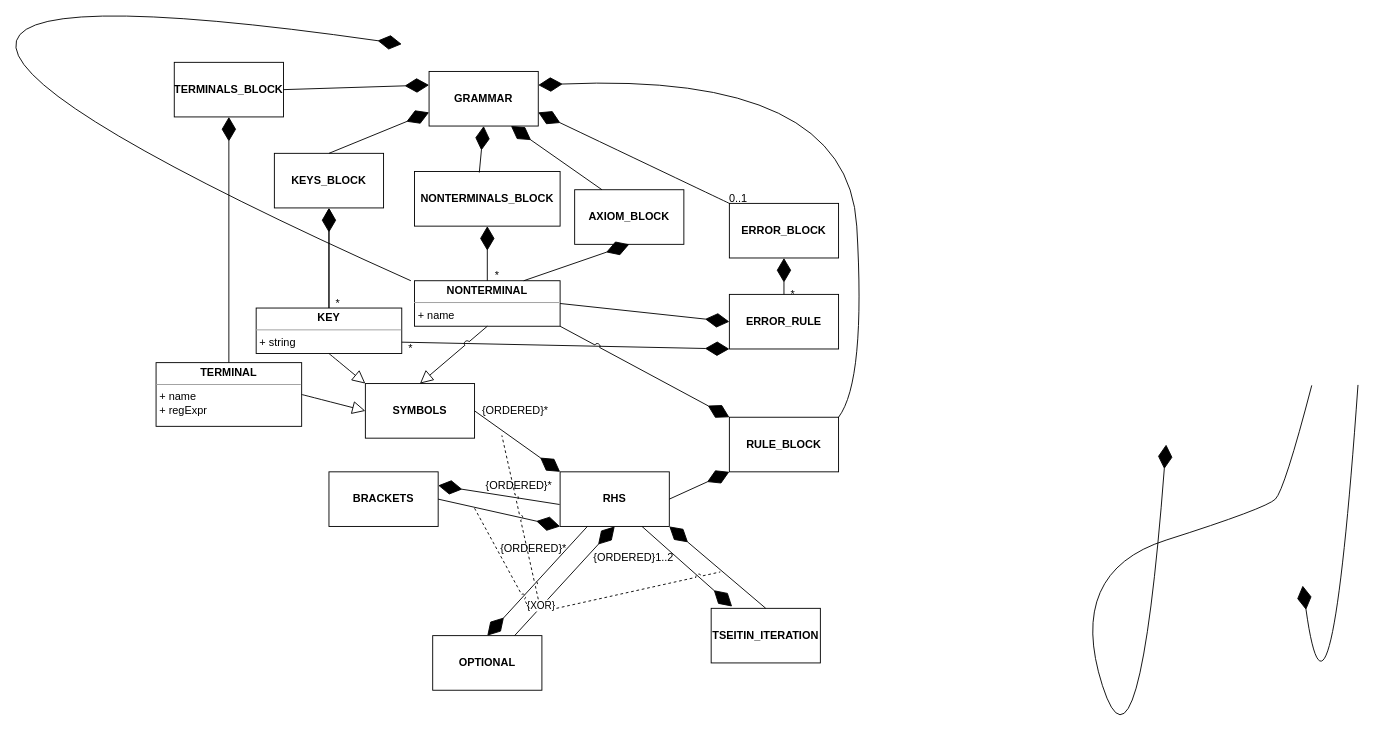
Above: docs/raw_diagrams/metamodel.drawio in aVorotnikov/dsl_generator (draw.io), before the change. Source tidied: cells renumbered, new cells numbered last; positions are measured from the earlier drawing's top-left corner, leaving out a move shared by most shapes. Both pictures are drawn from the tidied source at 91%, with x=0, y=0 at pixel (-363, -66).
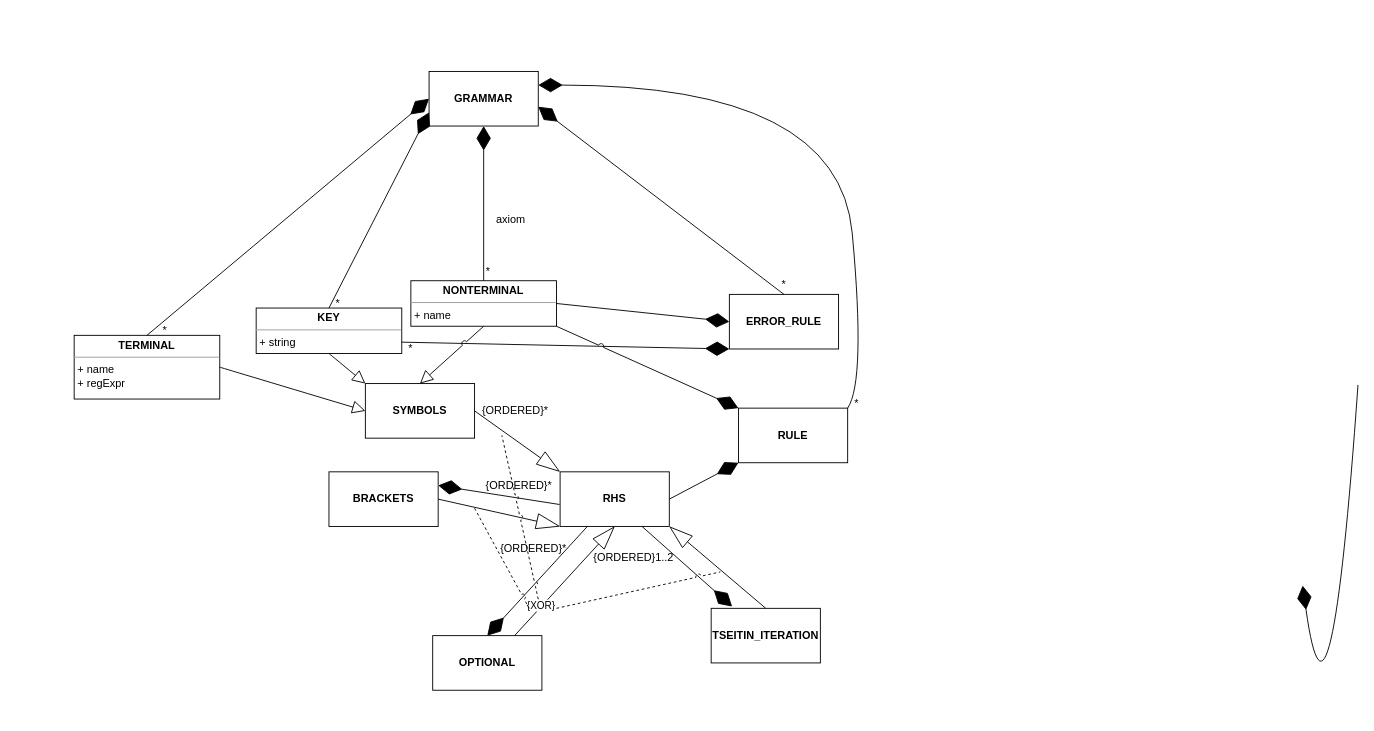
After the change.

Unchanged cells that the change refers to:
```xml
<mxCell id="5" value="&lt;b&gt;GRAMMAR&lt;/b&gt;" style="rounded=0;whiteSpace=wrap;html=1;" parent="1" vertex="1">
  <mxGeometry x="870" y="150" width="120" height="60" as="geometry" />
</mxCell>
<mxCell id="9" value="&lt;p style=&quot;margin:0px;margin-top:4px;text-align:center;&quot;&gt;&lt;b&gt;KEY&lt;/b&gt;&lt;/p&gt;&lt;hr size=&quot;1&quot;&gt;&lt;p style=&quot;margin:0px;margin-left:4px;&quot;&gt;+ string&lt;/p&gt;" style="verticalAlign=top;align=left;overflow=fill;fontSize=12;fontFamily=Helvetica;html=1;" parent="1" vertex="1">
  <mxGeometry x="680" y="410" width="160" height="50" as="geometry" />
</mxCell>
<mxCell id="27" value="&lt;b&gt;ERROR_RULE&lt;/b&gt;" style="rounded=0;whiteSpace=wrap;html=1;" parent="1" vertex="1">
  <mxGeometry x="1200" y="395" width="120" height="60" as="geometry" />
</mxCell>
<mxCell id="34" value="&lt;b&gt;SYMBOLS&lt;/b&gt;" style="rounded=0;whiteSpace=wrap;html=1;" parent="1" vertex="1">
  <mxGeometry x="800" y="493" width="120" height="60" as="geometry" />
</mxCell>
<mxCell id="38" value="&lt;b&gt;RHS&lt;/b&gt;" style="rounded=0;whiteSpace=wrap;html=1;" parent="1" vertex="1">
  <mxGeometry x="1014" y="590" width="120" height="60" as="geometry" />
</mxCell>
<mxCell id="42" value="&lt;b&gt;BRACKETS&lt;/b&gt;" style="rounded=0;whiteSpace=wrap;html=1;" parent="1" vertex="1">
  <mxGeometry x="760" y="590" width="120" height="60" as="geometry" />
</mxCell>
<mxCell id="46" value="&lt;b&gt;OPTIONAL&lt;/b&gt;" style="rounded=0;whiteSpace=wrap;html=1;" parent="1" vertex="1">
  <mxGeometry x="874" y="770" width="120" height="60" as="geometry" />
</mxCell>
<mxCell id="51" value="&lt;b&gt;TSEITIN_ITERATION&lt;/b&gt;" style="rounded=0;whiteSpace=wrap;html=1;" parent="1" vertex="1">
  <mxGeometry x="1180" y="740" width="120" height="60" as="geometry" />
</mxCell>
```

Diff of the diagram source:
```diff
@@
-    <mxCell id="2" style="endArrow=diamondThin;endFill=1;endSize=24;html=1;exitX=0.5;exitY=0;exitDx=0;exitDy=0;entryX=0;entryY=0;entryDx=0;entryDy=0;curved=1;" parent="1" edge="1">
-      <mxGeometry relative="1" as="geometry">
-        <mxPoint x="850" y="380" as="sourcePoint" />
-        <mxPoint x="840" y="120" as="targetPoint" />
-        <Array as="points">
-          <mxPoint />
-        </Array>
-      </mxGeometry>
-    </mxCell>
-    <mxCell id="3" style="endArrow=diamondThin;endFill=1;endSize=24;html=1;exitX=0;exitY=1;exitDx=0;exitDy=0;entryX=0.5;entryY=1;entryDx=0;entryDy=0;curved=1;" parent="1" edge="1">
-      <mxGeometry relative="1" as="geometry">
-        <mxPoint x="1840" y="495" as="sourcePoint" />
-        <mxPoint x="1680" y="560" as="targetPoint" />
-        <Array as="points">
-          <mxPoint x="1810" y="610" />
-          <mxPoint x="1790" y="630" />
-          <mxPoint x="1570" y="700" />
-          <mxPoint x="1650" y="950" />
-        </Array>
-      </mxGeometry>
-    </mxCell>
@@
     <mxCell id="6" value="&lt;p style=&quot;margin:0px;margin-top:4px;text-align:center;&quot;&gt;&lt;b&gt;TERMINAL&lt;/b&gt;&lt;/p&gt;&lt;hr size=&quot;1&quot;&gt;&lt;p style=&quot;margin:0px;margin-left:4px;&quot;&gt;+ name&lt;/p&gt;&lt;p style=&quot;margin:0px;margin-left:4px;&quot;&gt;+ regExpr&lt;/p&gt;" style="verticalAlign=top;align=left;overflow=fill;fontSize=12;fontFamily=Helvetica;html=1;" parent="1" vertex="1">
-      <mxGeometry x="570" y="470" width="160" height="70" as="geometry" />
+      <mxGeometry x="480" y="440" width="160" height="70" as="geometry" />
     </mxCell>
     <mxCell id="7" value="&lt;p style=&quot;margin:0px;margin-top:4px;text-align:center;&quot;&gt;&lt;b&gt;NONTERMINAL&lt;/b&gt;&lt;/p&gt;&lt;hr size=&quot;1&quot;&gt;&lt;p style=&quot;margin:0px;margin-left:4px;&quot;&gt;+ name&lt;/p&gt;" style="verticalAlign=top;align=left;overflow=fill;fontSize=12;fontFamily=Helvetica;html=1;" parent="1" vertex="1">
-      <mxGeometry x="854" y="380" width="160" height="50" as="geometry" />
+      <mxGeometry x="850" y="380" width="160" height="50" as="geometry" />
     </mxCell>
-    <mxCell id="8" style="edgeStyle=orthogonalEdgeStyle;rounded=0;jettySize=auto;html=1;" parent="1" edge="1" source="9" target="14">
-      <mxGeometry relative="1" as="geometry" />
-    </mxCell>
@@
-    <mxCell id="10" value="&lt;b&gt;TERMINALS_BLOCK&lt;/b&gt;" style="rounded=0;whiteSpace=wrap;html=1;" parent="1" vertex="1">
-      <mxGeometry x="590" y="140" width="120" height="60" as="geometry" />
-    </mxCell>
-    <mxCell id="11" style="endArrow=diamondThin;endFill=1;endSize=24;html=1;rounded=0;exitX=0.5;exitY=0;exitDx=0;exitDy=0;entryX=0.5;entryY=1;entryDx=0;entryDy=0;" parent="1" edge="1" source="6" target="10">
+    <mxCell id="11" style="endArrow=diamondThin;endFill=1;endSize=24;html=1;rounded=0;exitX=0.5;exitY=0;exitDx=0;exitDy=0;entryX=0;entryY=0.5;entryDx=0;entryDy=0;" parent="1" edge="1" source="6" target="5">
       <mxGeometry relative="1" as="geometry" />
     </mxCell>
@@
-    <mxCell id="13" style="endArrow=diamondThin;endFill=1;endSize=24;html=1;rounded=0;exitX=1;exitY=0.5;exitDx=0;exitDy=0;entryX=0;entryY=0.25;entryDx=0;entryDy=0;" parent="1" edge="1" source="10" target="5">
-      <mxGeometry relative="1" as="geometry" />
-    </mxCell>
-    <mxCell id="14" value="&lt;b&gt;KEYS_BLOCK&lt;/b&gt;" style="rounded=0;whiteSpace=wrap;html=1;" parent="1" vertex="1">
-      <mxGeometry x="700" y="240" width="120" height="60" as="geometry" />
-    </mxCell>
-    <mxCell id="15" style="endArrow=diamondThin;endFill=1;endSize=24;html=1;rounded=0;exitX=0.5;exitY=0;exitDx=0;exitDy=0;entryX=0;entryY=0.75;entryDx=0;entryDy=0;" parent="1" edge="1" source="14" target="5">
-      <mxGeometry relative="1" as="geometry" />
-    </mxCell>
-    <mxCell id="16" style="endArrow=diamondThin;endFill=1;endSize=24;html=1;rounded=0;exitX=0.5;exitY=0;exitDx=0;exitDy=0;entryX=0.5;entryY=1;entryDx=0;entryDy=0;" parent="1" edge="1" source="9" target="14">
+    <mxCell id="16" style="endArrow=diamondThin;endFill=1;endSize=24;html=1;rounded=0;exitX=0.5;exitY=0;exitDx=0;exitDy=0;entryX=0;entryY=0.75;entryDx=0;entryDy=0;" parent="1" edge="1" source="9" target="5">
       <mxGeometry relative="1" as="geometry" />
     </mxCell>
-    <mxCell id="17" value="&lt;b&gt;NONTERMINALS_BLOCK&lt;/b&gt;" style="rounded=0;whiteSpace=wrap;html=1;" parent="1" vertex="1">
-      <mxGeometry x="854" y="260" width="160" height="60" as="geometry" />
-    </mxCell>
-    <mxCell id="18" style="endArrow=diamondThin;endFill=1;endSize=24;html=1;rounded=0;exitX=0.445;exitY=0.018;exitDx=0;exitDy=0;exitPerimeter=0;entryX=0.5;entryY=1;entryDx=0;entryDy=0;" parent="1" edge="1" source="17" target="5">
-      <mxGeometry relative="1" as="geometry" />
-    </mxCell>
-    <mxCell id="19" style="endArrow=diamondThin;endFill=1;endSize=24;html=1;rounded=0;exitX=0.5;exitY=0;exitDx=0;exitDy=0;entryX=0.5;entryY=1;entryDx=0;entryDy=0;" parent="1" edge="1" source="7" target="17">
+    <mxCell id="19" style="endArrow=diamondThin;endFill=1;endSize=24;html=1;rounded=0;exitX=0.5;exitY=0;exitDx=0;exitDy=0;entryX=0.5;entryY=1;entryDx=0;entryDy=0;" parent="1" edge="1" source="7" target="5">
       <mxGeometry relative="1" as="geometry" />
     </mxCell>
     <mxCell id="20" value="*" style="text;html=1;strokeColor=none;fillColor=none;align=center;verticalAlign=middle;whiteSpace=wrap;rounded=0;" parent="1" vertex="1">
-      <mxGeometry x="935" y="360" width="20" height="30" as="geometry" />
+      <mxGeometry x="925" y="355" width="20" height="30" as="geometry" />
     </mxCell>
-    <mxCell id="21" value="&lt;b&gt;AXIOM_BLOCK&lt;/b&gt;" style="rounded=0;whiteSpace=wrap;html=1;" parent="1" vertex="1">
-      <mxGeometry x="1030" y="280" width="120" height="60" as="geometry" />
-    </mxCell>
-    <mxCell id="22" style="endArrow=diamondThin;endFill=1;endSize=24;html=1;rounded=0;exitX=0.75;exitY=0;exitDx=0;exitDy=0;entryX=0.5;entryY=1;entryDx=0;entryDy=0;" parent="1" edge="1" source="7" target="21">
-      <mxGeometry relative="1" as="geometry" />
-    </mxCell>
-    <mxCell id="23" style="endArrow=diamondThin;endFill=1;endSize=24;html=1;rounded=0;exitX=0.25;exitY=0;exitDx=0;exitDy=0;entryX=0.75;entryY=1;entryDx=0;entryDy=0;" parent="1" edge="1" source="21" target="5">
-      <mxGeometry relative="1" as="geometry" />
-    </mxCell>
-    <mxCell id="24" value="&lt;b&gt;ERROR_BLOCK&lt;/b&gt;" style="rounded=0;whiteSpace=wrap;html=1;" parent="1" vertex="1">
-      <mxGeometry x="1200" y="295" width="120" height="60" as="geometry" />
-    </mxCell>
-    <mxCell id="25" style="endArrow=diamondThin;endFill=1;endSize=24;html=1;exitX=0;exitY=0;exitDx=0;exitDy=0;entryX=1;entryY=0.75;entryDx=0;entryDy=0;curved=1;" parent="1" edge="1" source="24" target="5">
-      <mxGeometry relative="1" as="geometry" />
-    </mxCell>
@@
-    <mxCell id="30" style="endArrow=diamondThin;endFill=1;endSize=24;html=1;rounded=0;exitX=0.5;exitY=0;exitDx=0;exitDy=0;entryX=0.5;entryY=1;entryDx=0;entryDy=0;" parent="1" edge="1" source="27" target="24">
+    <mxCell id="30" style="endArrow=diamondThin;endFill=1;endSize=24;html=1;rounded=0;exitX=0.5;exitY=0;exitDx=0;exitDy=0;entryX=1;entryY=0.647;entryDx=0;entryDy=0;entryPerimeter=0;" parent="1" edge="1" source="27" target="5">
       <mxGeometry relative="1" as="geometry" />
     </mxCell>
     <mxCell id="31" value="*" style="text;html=1;strokeColor=none;fillColor=none;align=center;verticalAlign=middle;whiteSpace=wrap;rounded=0;" parent="1" vertex="1">
-      <mxGeometry x="1260" y="380" width="20" height="30" as="geometry" />
+      <mxGeometry x="1250" y="370" width="20" height="30" as="geometry" />
     </mxCell>
-    <mxCell id="32" value="&lt;b&gt;RULE_BLOCK&lt;/b&gt;" style="rounded=0;whiteSpace=wrap;html=1;" parent="1" vertex="1">
-      <mxGeometry x="1200" y="530" width="120" height="60" as="geometry" />
+    <mxCell id="32" value="&lt;b&gt;RULE&lt;/b&gt;" style="rounded=0;whiteSpace=wrap;html=1;" parent="1" vertex="1">
+      <mxGeometry x="1210" y="520" width="120" height="60" as="geometry" />
     </mxCell>
     <mxCell id="33" style="endArrow=diamondThin;endFill=1;endSize=24;html=1;exitX=1;exitY=0;exitDx=0;exitDy=0;entryX=1;entryY=0.25;entryDx=0;entryDy=0;curved=1;" parent="1" edge="1" source="32" target="5">
       <mxGeometry relative="1" as="geometry">
         <Array as="points">
           <mxPoint x="1350" y="490" />
-          <mxPoint x="1330" y="150" />
+          <mxPoint x="1320" y="165" />
         </Array>
       </mxGeometry>
     </mxCell>
@@
-    <mxCell id="40" style="endArrow=diamondThin;endFill=1;endSize=24;html=1;exitX=1;exitY=0.5;exitDx=0;exitDy=0;entryX=0;entryY=0;entryDx=0;entryDy=0;rounded=0;jumpStyle=arc;" parent="1" edge="1" source="34" target="38">
+    <mxCell id="40" style="endArrow=blockThin;endFill=0;endSize=24;html=1;exitX=1;exitY=0.5;exitDx=0;exitDy=0;entryX=0;entryY=0;entryDx=0;entryDy=0;rounded=0;jumpStyle=arc;" parent="1" edge="1" source="34" target="38">
       <mxGeometry relative="1" as="geometry" />
     </mxCell>
@@
-    <mxCell id="45" style="endArrow=diamondThin;endFill=1;endSize=24;html=1;entryX=0;entryY=1;entryDx=0;entryDy=0;rounded=0;jumpStyle=arc;exitX=1;exitY=0.5;exitDx=0;exitDy=0;" parent="1" edge="1" source="42" target="38">
+    <mxCell id="45" style="endArrow=blockThin;endFill=0;endSize=24;html=1;entryX=0;entryY=1;entryDx=0;entryDy=0;rounded=0;jumpStyle=arc;exitX=1;exitY=0.5;exitDx=0;exitDy=0;" parent="1" edge="1" source="42" target="38">
       <mxGeometry relative="1" as="geometry" />
     </mxCell>
@@
-    <mxCell id="48" style="endArrow=diamondThin;endFill=1;endSize=24;html=1;entryX=0.5;entryY=1;entryDx=0;entryDy=0;rounded=0;jumpStyle=arc;exitX=0.75;exitY=0;exitDx=0;exitDy=0;" parent="1" edge="1" source="46" target="38">
+    <mxCell id="48" style="endArrow=blockThin;endFill=0;endSize=24;html=1;entryX=0.5;entryY=1;entryDx=0;entryDy=0;rounded=0;jumpStyle=arc;exitX=0.75;exitY=0;exitDx=0;exitDy=0;" parent="1" edge="1" source="46" target="38">
       <mxGeometry relative="1" as="geometry" />
     </mxCell>
@@
-    <mxCell id="53" style="endArrow=diamondThin;endFill=1;endSize=24;html=1;entryX=1;entryY=1;entryDx=0;entryDy=0;rounded=0;jumpStyle=arc;exitX=0.5;exitY=0;exitDx=0;exitDy=0;" parent="1" edge="1" source="51" target="38">
+    <mxCell id="53" style="endArrow=blockThin;endFill=0;endSize=24;html=1;entryX=1;entryY=1;entryDx=0;entryDy=0;rounded=0;jumpStyle=arc;exitX=0.5;exitY=0;exitDx=0;exitDy=0;" parent="1" edge="1" source="51" target="38">
       <mxGeometry relative="1" as="geometry" />
     </mxCell>
@@
-    <mxCell id="55" style="endArrow=none;dashed=1;html=1;rounded=0;sketch=0;strokeColor=default;jumpStyle=arc;" parent="1" edge="1">
+    <mxCell id="55" style="endArrow=none;dashed=1;html=1;rounded=0;strokeColor=default;jumpStyle=arc;" parent="1" edge="1">
       <mxGeometry relative="1" as="geometry">
         <mxPoint x="1010" y="740" as="sourcePoint" />
         <mxPoint x="1190" y="700" as="targetPoint" />
       </mxGeometry>
     </mxCell>
-    <mxCell id="56" style="endArrow=none;dashed=1;html=1;rounded=0;sketch=0;strokeColor=default;jumpStyle=arc;" parent="1" edge="1">
+    <mxCell id="56" style="endArrow=none;dashed=1;html=1;rounded=0;strokeColor=default;jumpStyle=arc;" parent="1" edge="1">
       <mxGeometry relative="1" as="geometry">
         <mxPoint x="920" y="630" as="sourcePoint" />
         <mxPoint x="980" y="740" as="targetPoint" />
       </mxGeometry>
     </mxCell>
-    <mxCell id="57" style="endArrow=none;dashed=1;html=1;rounded=0;sketch=0;strokeColor=default;jumpStyle=arc;" parent="1" edge="1">
+    <mxCell id="57" style="endArrow=none;dashed=1;html=1;rounded=0;strokeColor=default;jumpStyle=arc;" parent="1" edge="1">
       <mxGeometry relative="1" as="geometry">
         <mxPoint x="990" y="730" as="sourcePoint" />
         <mxPoint x="950" y="550" as="targetPoint" />
       </mxGeometry>
     </mxCell>
@@
-    <mxCell id="59" value="0..1" style="text;html=1;strokeColor=none;fillColor=none;align=center;verticalAlign=middle;whiteSpace=wrap;rounded=0;" parent="1" vertex="1">
-      <mxGeometry x="1200" y="275" width="20" height="30" as="geometry" />
-    </mxCell>
+    <mxCell id="60" value="*" style="text;html=1;strokeColor=none;fillColor=none;align=center;verticalAlign=middle;whiteSpace=wrap;rounded=0;" parent="1" vertex="1">
+      <mxGeometry x="570" y="420" width="20" height="30" as="geometry" />
+    </mxCell>
+    <mxCell id="61" value="axiom" style="text;html=1;strokeColor=none;fillColor=none;align=center;verticalAlign=middle;whiteSpace=wrap;rounded=0;" parent="1" vertex="1">
+      <mxGeometry x="930" y="305" width="60" height="15" as="geometry" />
+    </mxCell>
+    <mxCell id="62" value="*" style="text;html=1;strokeColor=none;fillColor=none;align=center;verticalAlign=middle;whiteSpace=wrap;rounded=0;" parent="1" vertex="1">
+      <mxGeometry x="1330" y="500" width="20" height="30" as="geometry" />
+    </mxCell>
```
